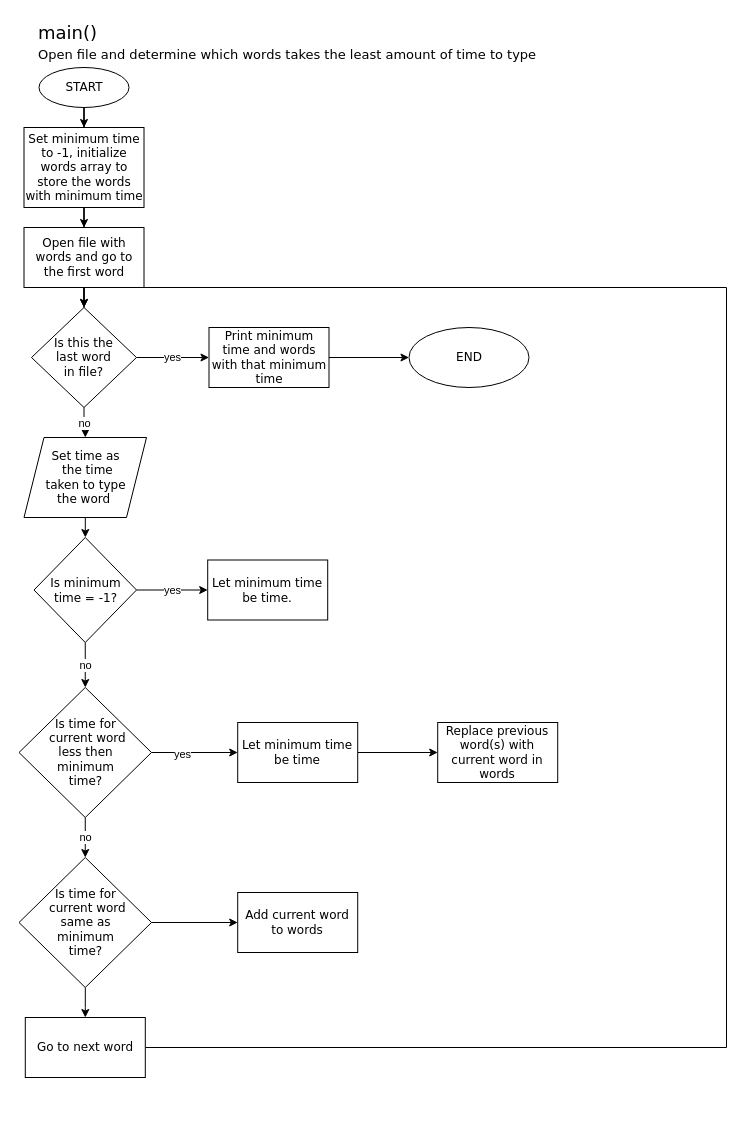
Above: P1/main.drawio in prachee-n16/Waterloo-Engineering-Competition-Programming-Category (draw.io), before the change. Source tidied: cells renumbered, new cells numbered last; positions are measured from the earlier drawing's top-left corner, leaving out a move shared by most shapes. Both pictures are drawn from the tidied source at 100%, with x=0, y=0 at pixel (18, 17).
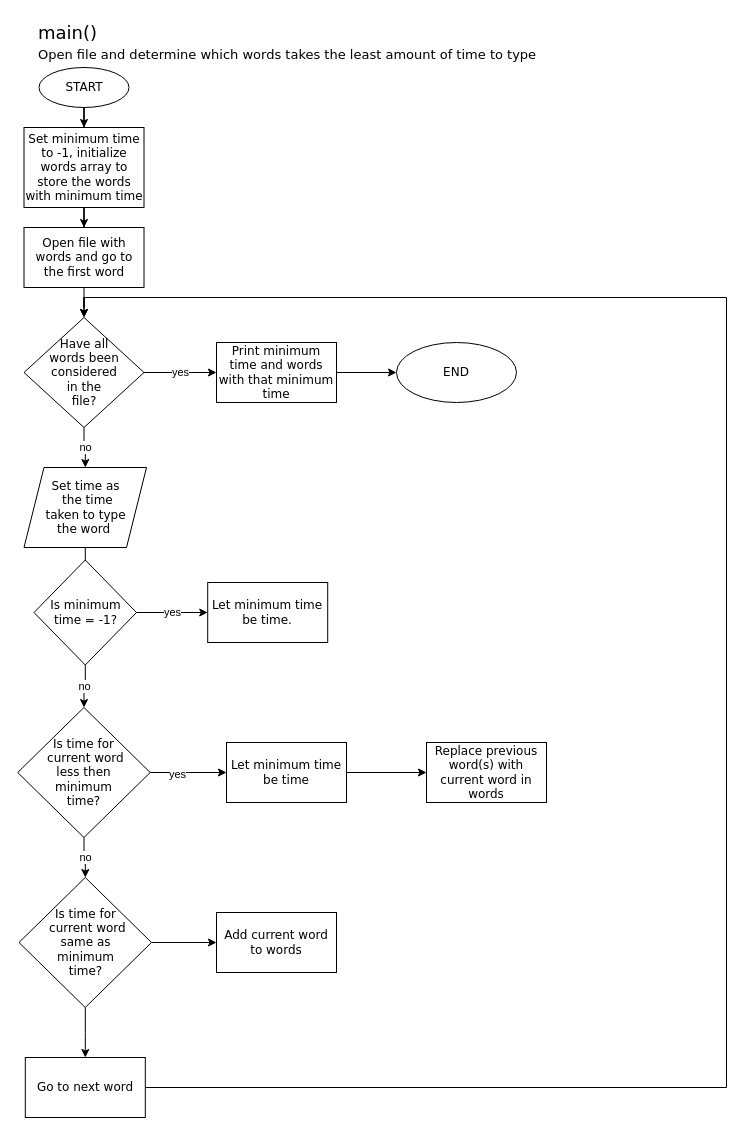
Above is the later version.

Diff of the diagram source:
```diff
@@
-    <mxCell id="10" value="Is this the &lt;br&gt;last word &lt;br&gt;in file?" style="rhombus;whiteSpace=wrap;html=1;rounded=0;fontFamily=Verdana;" parent="1" vertex="1">
-      <mxGeometry x="13" y="290" width="105" height="100" as="geometry" />
+    <mxCell id="10" value="Have all &lt;br&gt;words been considered &lt;br&gt;in the &lt;br&gt;file?" style="rhombus;whiteSpace=wrap;html=1;rounded=0;fontFamily=Verdana;" parent="1" vertex="1">
+      <mxGeometry x="5.5" y="300" width="120" height="110" as="geometry" />
     </mxCell>
@@
     <mxCell id="12" value="Set time as&lt;br&gt;&amp;nbsp;the time &lt;br&gt;taken to type &lt;br&gt;the word&amp;nbsp;" style="shape=parallelogram;perimeter=parallelogramPerimeter;whiteSpace=wrap;html=1;fixedSize=1;rounded=0;fontFamily=Verdana;" parent="1" vertex="1">
-      <mxGeometry x="5.5" y="420" width="122.5" height="80" as="geometry" />
+      <mxGeometry x="5.5" y="450" width="122.5" height="80" as="geometry" />
     </mxCell>
@@
     <mxCell id="17" value="Is minimum time = -1?" style="rhombus;whiteSpace=wrap;html=1;rounded=0;fontFamily=Verdana;" parent="1" vertex="1">
-      <mxGeometry x="15.5" y="520" width="102.5" height="105" as="geometry" />
+      <mxGeometry x="15.5" y="542.5" width="102.5" height="105" as="geometry" />
     </mxCell>
@@
     <mxCell id="21" value="Is time for&lt;br&gt;&amp;nbsp;current word &lt;br&gt;less then &lt;br&gt;minimum &lt;br&gt;time?" style="rhombus;whiteSpace=wrap;html=1;rounded=0;fontFamily=Verdana;" parent="1" vertex="1">
-      <mxGeometry x="0.5" y="670" width="132.5" height="130" as="geometry" />
+      <mxGeometry x="-0.8" y="690" width="132.5" height="130" as="geometry" />
     </mxCell>
@@
     <mxCell id="24" value="Is time for&lt;br&gt;&amp;nbsp;current word &lt;br&gt;same as&lt;br&gt;minimum &lt;br&gt;time?" style="rhombus;whiteSpace=wrap;html=1;rounded=0;fontFamily=Verdana;" parent="1" vertex="1">
-      <mxGeometry x="0.5" y="840" width="132.5" height="130" as="geometry" />
+      <mxGeometry x="0.5" y="860" width="132.5" height="130" as="geometry" />
     </mxCell>
     <mxCell id="25" value="Let minimum time be time." style="whiteSpace=wrap;html=1;rounded=0;fontFamily=Verdana;" parent="1" vertex="1">
-      <mxGeometry x="189.2" y="542.5" width="120" height="60" as="geometry" />
+      <mxGeometry x="189.2" y="565" width="120" height="60" as="geometry" />
     </mxCell>
@@
     <mxCell id="27" value="Let minimum time be time" style="whiteSpace=wrap;html=1;rounded=0;fontFamily=Verdana;" parent="1" vertex="1">
-      <mxGeometry x="219.2" y="705" width="120" height="60" as="geometry" />
+      <mxGeometry x="208" y="725" width="120" height="60" as="geometry" />
     </mxCell>
     <mxCell id="28" value="Replace previous word(s) with current word in words" style="whiteSpace=wrap;html=1;rounded=0;fontFamily=Verdana;" parent="1" vertex="1">
-      <mxGeometry x="419.2" y="705" width="120" height="60" as="geometry" />
+      <mxGeometry x="408" y="725" width="120" height="60" as="geometry" />
     </mxCell>
     <mxCell id="29" value="Add current word to words" style="whiteSpace=wrap;html=1;rounded=0;fontFamily=Verdana;" parent="1" vertex="1">
-      <mxGeometry x="219.2" y="875" width="120" height="60" as="geometry" />
+      <mxGeometry x="198" y="895" width="120" height="60" as="geometry" />
     </mxCell>
     <mxCell id="30" style="edgeStyle=orthogonalEdgeStyle;rounded=0;jettySize=auto;html=1;entryX=0.5;entryY=0;entryDx=0;entryDy=0;" parent="1" edge="1" source="31" target="10">
       <mxGeometry relative="1" as="geometry">
         <Array as="points">
-          <mxPoint x="708" y="1030" />
-          <mxPoint x="708" y="270" />
-          <mxPoint x="66" y="270" />
+          <mxPoint x="708" y="1070" />
+          <mxPoint x="708" y="280" />
+          <mxPoint x="66" y="280" />
         </Array>
       </mxGeometry>
     </mxCell>
     <mxCell id="31" value="Go to next word" style="whiteSpace=wrap;html=1;rounded=0;fontFamily=Verdana;" parent="1" vertex="1">
-      <mxGeometry x="6.8" y="1000" width="120" height="60" as="geometry" />
+      <mxGeometry x="6.8" y="1040" width="120" height="60" as="geometry" />
     </mxCell>
@@
     <mxCell id="33" value="Print minimum time and words with that minimum time" style="whiteSpace=wrap;html=1;rounded=0;fontFamily=Verdana;" parent="1" vertex="1">
-      <mxGeometry x="190.5" y="310" width="120" height="60" as="geometry" />
+      <mxGeometry x="198" y="325" width="120" height="60" as="geometry" />
     </mxCell>
     <mxCell id="34" value="END" style="ellipse;whiteSpace=wrap;html=1;rounded=0;fontFamily=Verdana;" parent="1" vertex="1">
-      <mxGeometry x="390.5" y="310" width="120" height="60" as="geometry" />
+      <mxGeometry x="378" y="325" width="120" height="60" as="geometry" />
     </mxCell>
```
